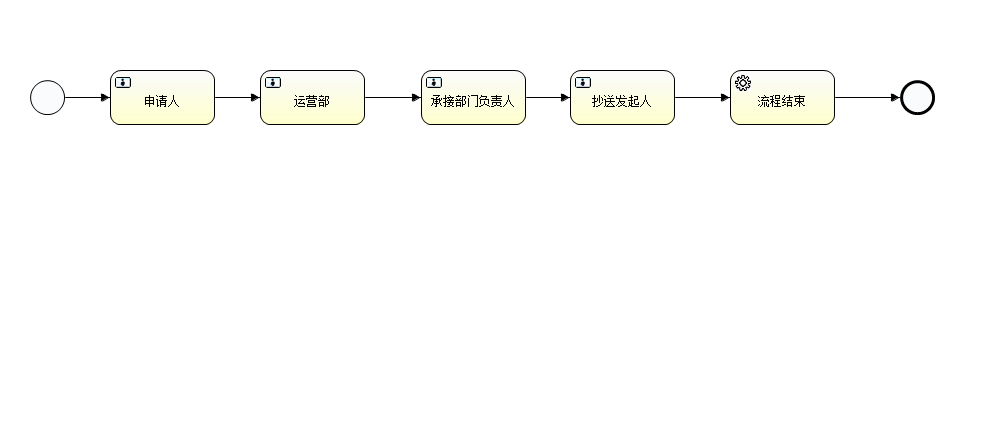
zangguangtian/tja keeps this BPMN diagram as tja-web/src/main/resources/processes/planScheme/WfPlanScheme.png. Above is the earlier version. Its source is kept beside it as tja-web/src/main/resources/processes/planScheme/WfPlanScheme.bpmn. Ids are renumbered.
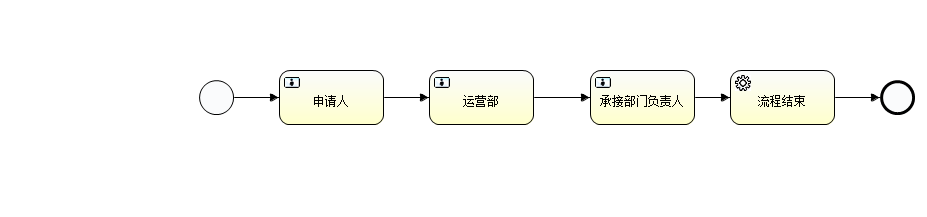
Later version of the same file.

Diff of the diagram source:
```diff
@@ -3,63 +3,54 @@
     <startEvent id="startevent1" name="Start"></startEvent>
     <userTask id="usertask2" name="运营部" activiti:assignee="${ocOrg}"></userTask>
     <userTask id="usertask3" name="承接部门负责人" activiti:assignee="${orgLeader}"></userTask>
-    <userTask id="usertask4" name="抄送发起人" activiti:assignee="${applyer}"></userTask>
     <endEvent id="endevent1" name="End"></endEvent>
     <serviceTask id="servicetask1" name="流程结束" activiti:expression="${wfFlowCompleteService.completeFlow(execution)}"></serviceTask>
-    <sequenceFlow id="flow4" sourceRef="usertask4" targetRef="servicetask1"></sequenceFlow>
     <sequenceFlow id="flow5" sourceRef="servicetask1" targetRef="endevent1"></sequenceFlow>
-    <userTask id="usertask1" name="申请人" activiti:assignee="${applyer}"></userTask>
-    <sequenceFlow id="flow8" sourceRef="startevent1" targetRef="usertask1"></sequenceFlow>
-    <sequenceFlow id="flow9" sourceRef="usertask1" targetRef="usertask2"></sequenceFlow>
+    <userTask id="applyertask" name="申请人" activiti:assignee="${applyer}"></userTask>
+    <sequenceFlow id="flow8" sourceRef="startevent1" targetRef="applyertask"></sequenceFlow>
+    <sequenceFlow id="flow9" sourceRef="applyertask" targetRef="usertask2"></sequenceFlow>
     <sequenceFlow id="flow10" sourceRef="usertask2" targetRef="usertask3"></sequenceFlow>
-    <sequenceFlow id="flow11" sourceRef="usertask3" targetRef="usertask4"></sequenceFlow>
+    <sequenceFlow id="flow11" sourceRef="usertask3" targetRef="servicetask1"></sequenceFlow>
   </process>
   <bpmndi:BPMNDiagram id="BPMNDiagram_WfPlanScheme">
     <bpmndi:BPMNPlane bpmnElement="WfPlanScheme" id="BPMNPlane_WfPlanScheme">
       <bpmndi:BPMNShape bpmnElement="startevent1" id="BPMNShape_startevent1">
-        <omgdc:Bounds height="35.0" width="35.0" x="30.0" y="80.0"></omgdc:Bounds>
+        <omgdc:Bounds height="35.0" width="35.0" x="199.0" y="80.0"></omgdc:Bounds>
       </bpmndi:BPMNShape>
       <bpmndi:BPMNShape bpmnElement="usertask2" id="BPMNShape_usertask2">
-        <omgdc:Bounds height="55.0" width="105.0" x="260.0" y="70.0"></omgdc:Bounds>
+        <omgdc:Bounds height="55.0" width="105.0" x="429.0" y="70.0"></omgdc:Bounds>
       </bpmndi:BPMNShape>
       <bpmndi:BPMNShape bpmnElement="usertask3" id="BPMNShape_usertask3">
-        <omgdc:Bounds height="55.0" width="105.0" x="421.0" y="70.0"></omgdc:Bounds>
-      </bpmndi:BPMNShape>
-      <bpmndi:BPMNShape bpmnElement="usertask4" id="BPMNShape_usertask4">
-        <omgdc:Bounds height="55.0" width="105.0" x="570.0" y="70.0"></omgdc:Bounds>
+        <omgdc:Bounds height="55.0" width="105.0" x="590.0" y="70.0"></omgdc:Bounds>
       </bpmndi:BPMNShape>
       <bpmndi:BPMNShape bpmnElement="endevent1" id="BPMNShape_endevent1">
-        <omgdc:Bounds height="35.0" width="35.0" x="900.0" y="80.0"></omgdc:Bounds>
+        <omgdc:Bounds height="35.0" width="35.0" x="880.0" y="80.0"></omgdc:Bounds>
       </bpmndi:BPMNShape>
       <bpmndi:BPMNShape bpmnElement="servicetask1" id="BPMNShape_servicetask1">
         <omgdc:Bounds height="55.0" width="105.0" x="730.0" y="70.0"></omgdc:Bounds>
       </bpmndi:BPMNShape>
-      <bpmndi:BPMNShape bpmnElement="usertask1" id="BPMNShape_usertask1">
-        <omgdc:Bounds height="55.0" width="105.0" x="110.0" y="70.0"></omgdc:Bounds>
+      <bpmndi:BPMNShape bpmnElement="applyertask" id="BPMNShape_applyertask">
+        <omgdc:Bounds height="55.0" width="105.0" x="279.0" y="70.0"></omgdc:Bounds>
       </bpmndi:BPMNShape>
-      <bpmndi:BPMNEdge bpmnElement="flow4" id="BPMNEdge_flow4">
-        <omgdi:waypoint x="675.0" y="97.0"></omgdi:waypoint>
-        <omgdi:waypoint x="730.0" y="97.0"></omgdi:waypoint>
-      </bpmndi:BPMNEdge>
       <bpmndi:BPMNEdge bpmnElement="flow5" id="BPMNEdge_flow5">
         <omgdi:waypoint x="835.0" y="97.0"></omgdi:waypoint>
-        <omgdi:waypoint x="900.0" y="97.0"></omgdi:waypoint>
+        <omgdi:waypoint x="880.0" y="97.0"></omgdi:waypoint>
       </bpmndi:BPMNEdge>
       <bpmndi:BPMNEdge bpmnElement="flow8" id="BPMNEdge_flow8">
-        <omgdi:waypoint x="65.0" y="97.0"></omgdi:waypoint>
-        <omgdi:waypoint x="110.0" y="97.0"></omgdi:waypoint>
+        <omgdi:waypoint x="234.0" y="97.0"></omgdi:waypoint>
+        <omgdi:waypoint x="279.0" y="97.0"></omgdi:waypoint>
       </bpmndi:BPMNEdge>
       <bpmndi:BPMNEdge bpmnElement="flow9" id="BPMNEdge_flow9">
-        <omgdi:waypoint x="215.0" y="97.0"></omgdi:waypoint>
-        <omgdi:waypoint x="260.0" y="97.0"></omgdi:waypoint>
+        <omgdi:waypoint x="384.0" y="97.0"></omgdi:waypoint>
+        <omgdi:waypoint x="429.0" y="97.0"></omgdi:waypoint>
       </bpmndi:BPMNEdge>
       <bpmndi:BPMNEdge bpmnElement="flow10" id="BPMNEdge_flow10">
-        <omgdi:waypoint x="365.0" y="97.0"></omgdi:waypoint>
-        <omgdi:waypoint x="421.0" y="97.0"></omgdi:waypoint>
+        <omgdi:waypoint x="534.0" y="97.0"></omgdi:waypoint>
+        <omgdi:waypoint x="590.0" y="97.0"></omgdi:waypoint>
       </bpmndi:BPMNEdge>
       <bpmndi:BPMNEdge bpmnElement="flow11" id="BPMNEdge_flow11">
-        <omgdi:waypoint x="526.0" y="97.0"></omgdi:waypoint>
-        <omgdi:waypoint x="570.0" y="97.0"></omgdi:waypoint>
+        <omgdi:waypoint x="695.0" y="97.0"></omgdi:waypoint>
+        <omgdi:waypoint x="730.0" y="97.0"></omgdi:waypoint>
       </bpmndi:BPMNEdge>
     </bpmndi:BPMNPlane>
   </bpmndi:BPMNDiagram>
```
